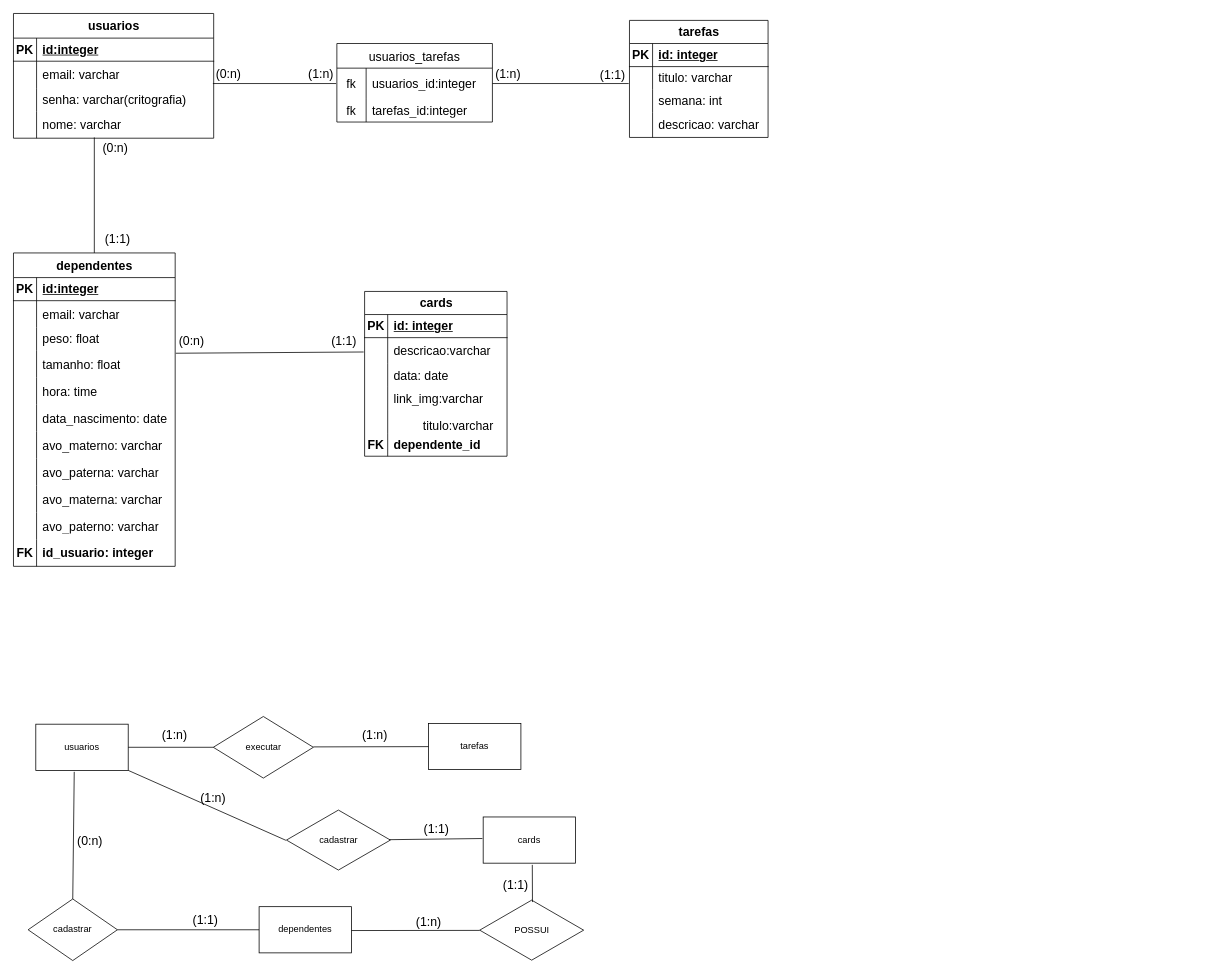
This is Diagrama sem nome.drawio from manuely32/projeto_integrador_grupo_7, a draw.io file, before an edit. Source tidied: cells renumbered, new cells numbered last; positions are measured from the earlier drawing's top-left corner, leaving out a move shared by most shapes. Both pictures are drawn from the tidied source at 77%, with x=0, y=0 at pixel (13, 13).
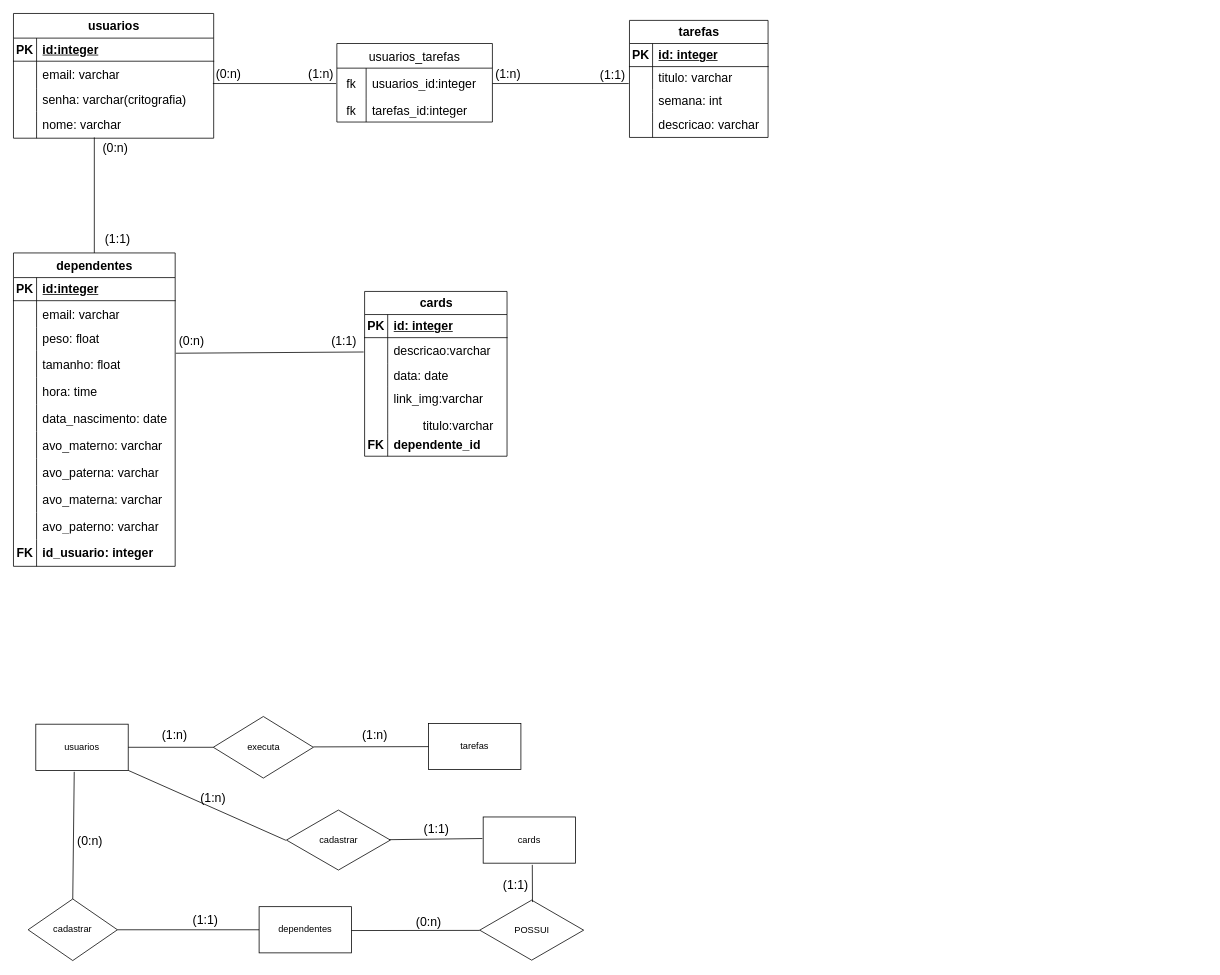
The same page after the edit.

The edit, as a diff of the source:
```diff
@@
-    <mxCell id="38" value="executar" style="rhombus;whiteSpace=wrap;html=1;" parent="1" vertex="1">
+    <mxCell id="38" value="executa" style="rhombus;whiteSpace=wrap;html=1;" parent="1" vertex="1">
       <mxGeometry x="259.5" y="913" width="130" height="80" as="geometry" />
     </mxCell>
@@
-    <mxCell id="78" value="(1:n)" style="text;html=1;align=center;verticalAlign=middle;strokeColor=none;fillColor=none;fontSize=16;" parent="1" vertex="1">
+    <mxCell id="78" value="(0:n)" style="text;html=1;align=center;verticalAlign=middle;strokeColor=none;fillColor=none;fontSize=16;" parent="1" vertex="1">
       <mxGeometry x="509" y="1164" width="60" height="30" as="geometry" />
     </mxCell>
```
